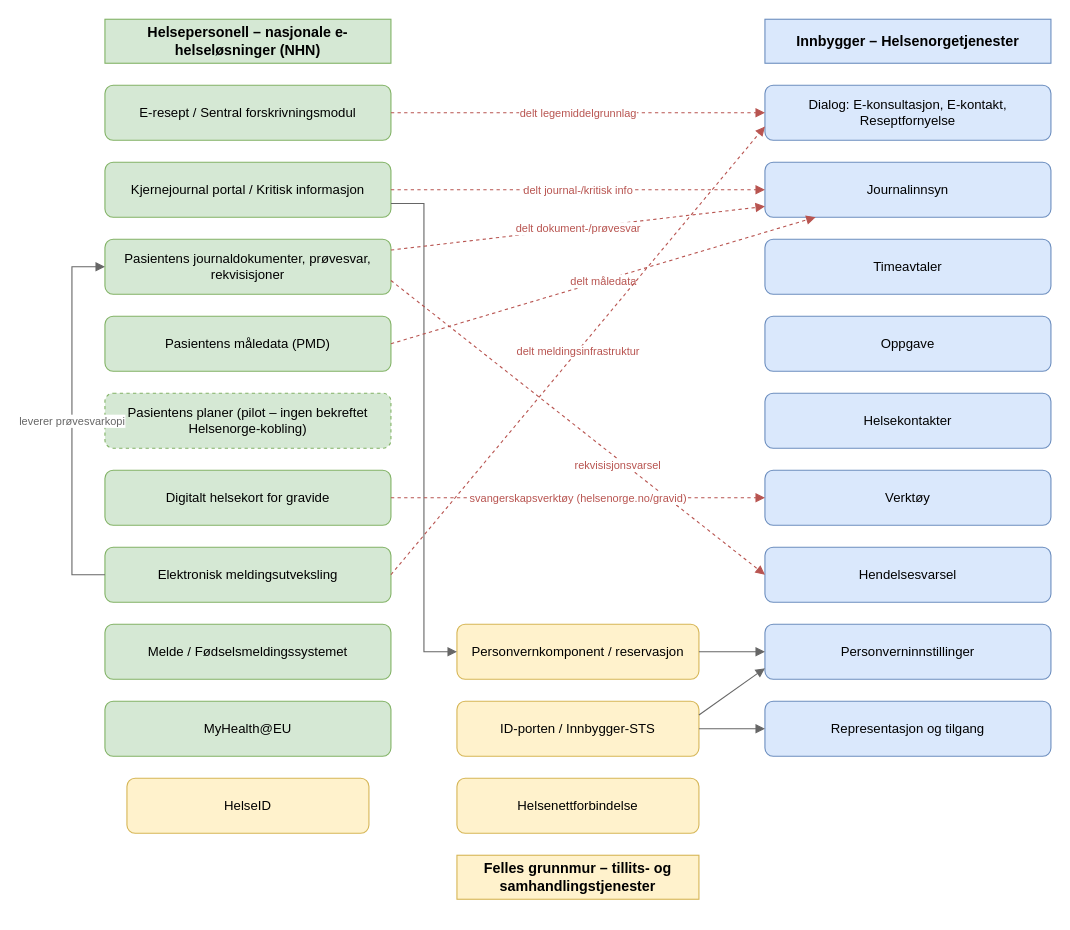
Above: docs/business/oversikt-arkitekturlandskap-e-helsetjenester.drawio in hdir/Digital-Forstelinje (draw.io), before the change. Source tidied: cells renumbered, new cells numbered last; positions are measured from the earlier drawing's top-left corner, leaving out a move shared by most shapes. Both pictures are drawn from the tidied source at 110%, with x=0, y=0 at pixel (72, 19).
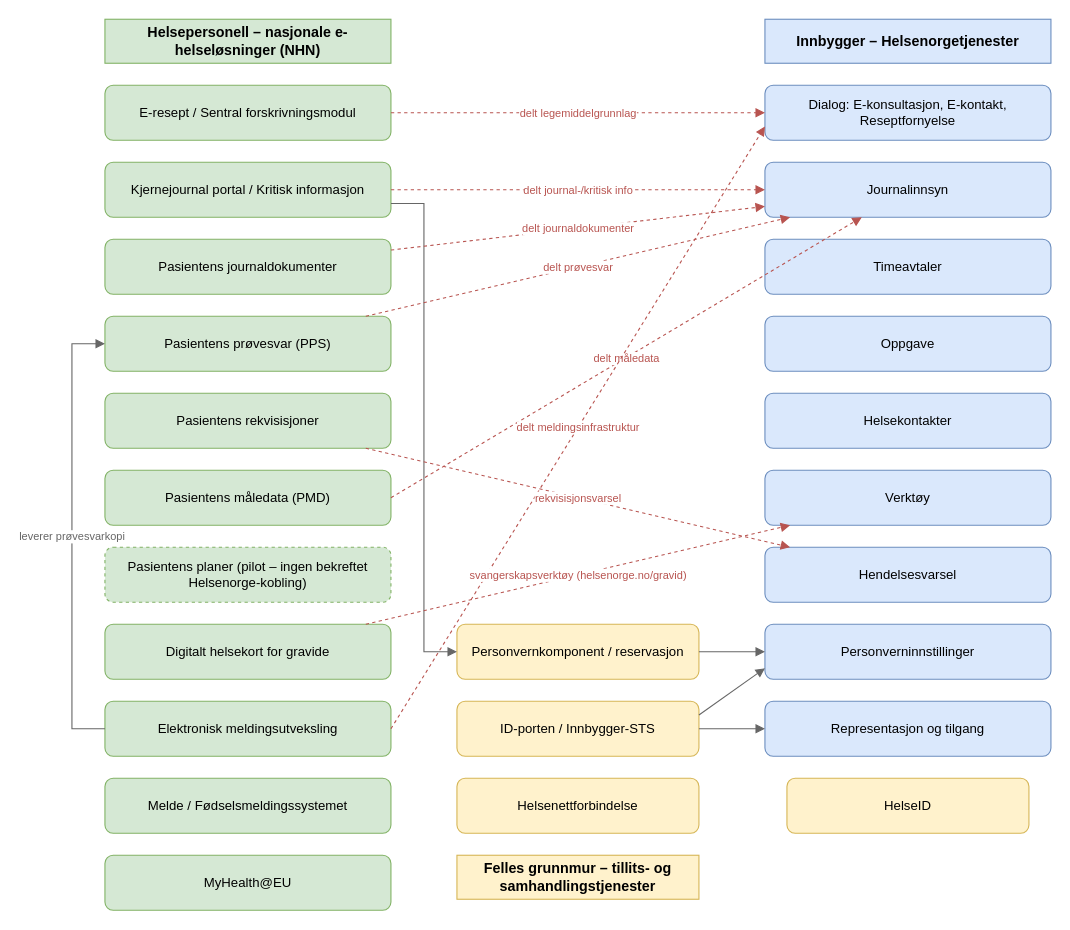
The same diagram, later.

The change refers to these unchanged cells:
```xml
<mxCell id="18" value="Journalinnsyn" style="rounded=1;whiteSpace=wrap;html=1;fillColor=#dae8fc;strokeColor=#6c8ebf;" parent="1" vertex="1">
  <mxGeometry x="629.9" y="130" width="260" height="50" as="geometry" />
</mxCell>
<mxCell id="25" value="Hendelsesvarsel" style="rounded=1;whiteSpace=wrap;html=1;fillColor=#dae8fc;strokeColor=#6c8ebf;" parent="1" vertex="1">
  <mxGeometry x="629.9" y="480" width="260" height="50" as="geometry" />
</mxCell>
```

What changed in the source:
```diff
@@
-    <mxCell id="7" value="Pasientens journaldokumenter, prøvesvar, rekvisisjoner" style="rounded=1;whiteSpace=wrap;html=1;fillColor=#d5e8d4;strokeColor=#82b366;" parent="1" vertex="1">
+    <mxCell id="7" value="Pasientens journaldokumenter" style="rounded=1;whiteSpace=wrap;html=1;fillColor=#d5e8d4;strokeColor=#82b366;" parent="1" vertex="1">
       <mxGeometry x="29.9" y="200" width="260" height="50" as="geometry" />
     </mxCell>
+    <mxCell id="39" value="Pasientens prøvesvar (PPS)" style="rounded=1;whiteSpace=wrap;html=1;fillColor=#d5e8d4;strokeColor=#82b366;" parent="1" vertex="1">
+      <mxGeometry x="29.9" y="270" width="260" height="50" as="geometry" />
+    </mxCell>
+    <mxCell id="40" value="Pasientens rekvisisjoner" style="rounded=1;whiteSpace=wrap;html=1;fillColor=#d5e8d4;strokeColor=#82b366;" parent="1" vertex="1">
+      <mxGeometry x="29.9" y="340" width="260" height="50" as="geometry" />
+    </mxCell>
     <mxCell id="8" value="Pasientens måledata (PMD)" style="rounded=1;whiteSpace=wrap;html=1;fillColor=#d5e8d4;strokeColor=#82b366;" parent="1" vertex="1">
-      <mxGeometry x="29.9" y="270" width="260" height="50" as="geometry" />
+      <mxGeometry x="29.9" y="410" width="260" height="50" as="geometry" />
     </mxCell>
     <mxCell id="9" value="Pasientens planer (pilot – ingen bekreftet Helsenorge-kobling)" style="rounded=1;whiteSpace=wrap;html=1;fillColor=#d5e8d4;strokeColor=#82b366;dashed=1;" parent="1" vertex="1">
-      <mxGeometry x="29.9" y="340" width="260" height="50" as="geometry" />
+      <mxGeometry x="29.9" y="480" width="260" height="50" as="geometry" />
     </mxCell>
     <mxCell id="10" value="Digitalt helsekort for gravide" style="rounded=1;whiteSpace=wrap;html=1;fillColor=#d5e8d4;strokeColor=#82b366;" parent="1" vertex="1">
-      <mxGeometry x="29.9" y="410" width="260" height="50" as="geometry" />
+      <mxGeometry x="29.9" y="550" width="260" height="50" as="geometry" />
     </mxCell>
     <mxCell id="11" value="Elektronisk meldingsutveksling" style="rounded=1;whiteSpace=wrap;html=1;fillColor=#d5e8d4;strokeColor=#82b366;" parent="1" vertex="1">
-      <mxGeometry x="29.9" y="480" width="260" height="50" as="geometry" />
+      <mxGeometry x="29.9" y="620" width="260" height="50" as="geometry" />
     </mxCell>
+    <mxCell id="13" value="Melde / Fødselsmeldingssystemet" style="rounded=1;whiteSpace=wrap;html=1;fillColor=#d5e8d4;strokeColor=#82b366;" parent="1" vertex="1">
+      <mxGeometry x="29.9" y="690" width="260" height="50" as="geometry" />
+    </mxCell>
     <mxCell id="12" value="MyHealth@EU" style="rounded=1;whiteSpace=wrap;html=1;fillColor=#d5e8d4;strokeColor=#82b366;" parent="1" vertex="1">
-      <mxGeometry x="29.9" y="620" width="260" height="50" as="geometry" />
+      <mxGeometry x="29.9" y="760" width="260" height="50" as="geometry" />
     </mxCell>
-    <mxCell id="13" value="Melde / Fødselsmeldingssystemet" style="rounded=1;whiteSpace=wrap;html=1;fillColor=#d5e8d4;strokeColor=#82b366;" parent="1" vertex="1">
-      <mxGeometry x="29.9" y="550" width="260" height="50" as="geometry" />
-    </mxCell>
     <mxCell id="14" value="HelseID" style="rounded=1;whiteSpace=wrap;html=1;fillColor=#fff2cc;strokeColor=#d6b656;" parent="1" vertex="1">
-      <mxGeometry x="49.9" y="690" width="220" height="50" as="geometry" />
+      <mxGeometry x="649.9" y="690" width="220" height="50" as="geometry" />
     </mxCell>
@@
-    <mxCell id="26" value="leverer prøvesvarkopi" style="endArrow=block;html=1;strokeColor=#666666;fontColor=#666666;fontSize=10;rounded=0;exitX=0;exitY=0.5;exitDx=0;exitDy=0;entryX=0;entryY=0.5;entryDx=0;entryDy=0;edgeStyle=orthogonalEdgeStyle;" parent="1" edge="1" source="11" target="7">
+    <mxCell id="26" value="leverer prøvesvarkopi" style="endArrow=block;html=1;strokeColor=#666666;fontColor=#666666;fontSize=10;rounded=0;exitX=0;exitY=0.5;exitDx=0;exitDy=0;entryX=0;entryY=0.5;entryDx=0;entryDy=0;edgeStyle=orthogonalEdgeStyle;" parent="1" edge="1" source="11" target="39">
       <mxGeometry relative="1" as="geometry">
         <Array as="points">
-          <mxPoint x="-0.1" y="505" />
-          <mxPoint x="-0.1" y="225" />
+          <mxPoint x="-0.1" y="645" />
+          <mxPoint x="-0.1" y="295" />
         </Array>
       </mxGeometry>
     </mxCell>
@@
-    <mxCell id="33" value="delt dokument-/prøvesvar" style="endArrow=block;html=1;dashed=1;strokeColor=#b85450;fontColor=#b85450;fontSize=10;rounded=0;" parent="1" edge="1" source="7" target="18">
+    <mxCell id="33" value="delt journaldokumenter" style="endArrow=block;html=1;dashed=1;strokeColor=#b85450;fontColor=#b85450;fontSize=10;rounded=0;" parent="1" edge="1" source="7" target="18">
       <mxGeometry relative="1" as="geometry" />
     </mxCell>
+    <mxCell id="41" value="delt prøvesvar" style="endArrow=block;html=1;dashed=1;strokeColor=#b85450;fontColor=#b85450;fontSize=10;rounded=0;" parent="1" edge="1" source="39" target="18">
+      <mxGeometry relative="1" as="geometry" />
+    </mxCell>
@@
-    <mxCell id="36" value="rekvisisjonsvarsel" style="endArrow=block;html=1;dashed=1;strokeColor=#b85450;fontColor=#b85450;fontSize=10;rounded=0;exitX=1;exitY=0.75;exitDx=0;exitDy=0;entryX=0;entryY=0.5;entryDx=0;entryDy=0;" parent="1" edge="1" source="7" target="25">
-      <mxGeometry x="0.23" y="-4" relative="1" as="geometry" />
+    <mxCell id="36" value="rekvisisjonsvarsel" style="endArrow=block;html=1;dashed=1;strokeColor=#b85450;fontColor=#b85450;fontSize=10;rounded=0;" parent="1" edge="1" source="40" target="25">
+      <mxGeometry relative="1" as="geometry" />
     </mxCell>
```
